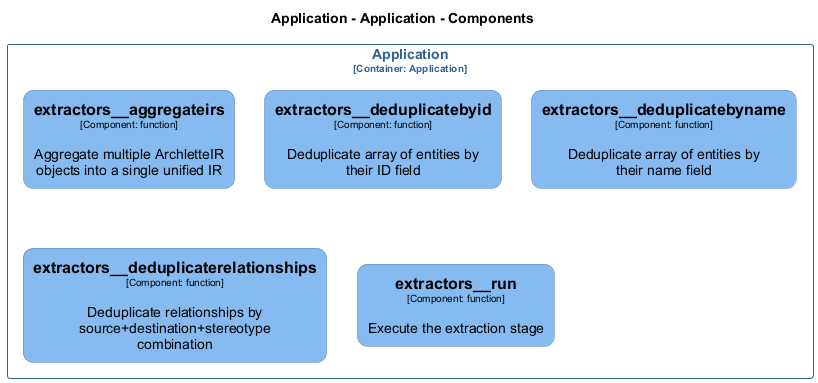
This is src/templates/docs/architecture/diagrams/structurizr-Classes_default_container__extractors.png from chrislyons-dev/archlette, a PlantUML export, as it was before one commit.
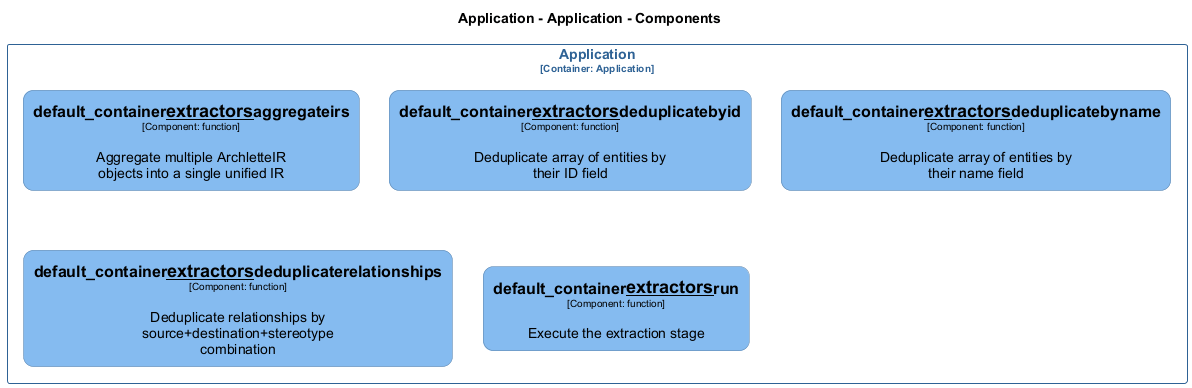
The same diagram one commit later.

Diff of the diagram source:
```diff
@@ -16,35 +16,35 @@
 
 hide stereotype
 
-skinparam rectangle<<Application.Application.extractors__aggregateirs>> {
+skinparam rectangle<<Application.Application.default_container__extractors__aggregateirs>> {
   BackgroundColor #85bbf0
   FontColor #000000
   BorderColor #5d82a8
   roundCorner 20
   shadowing false
 }
-skinparam rectangle<<Application.Application.extractors__deduplicatebyid>> {
+skinparam rectangle<<Application.Application.default_container__extractors__deduplicatebyid>> {
   BackgroundColor #85bbf0
   FontColor #000000
   BorderColor #5d82a8
   roundCorner 20
   shadowing false
 }
-skinparam rectangle<<Application.Application.extractors__deduplicatebyname>> {
+skinparam rectangle<<Application.Application.default_container__extractors__deduplicatebyname>> {
   BackgroundColor #85bbf0
   FontColor #000000
   BorderColor #5d82a8
   roundCorner 20
   shadowing false
 }
-skinparam rectangle<<Application.Application.extractors__deduplicaterelationships>> {
+skinparam rectangle<<Application.Application.default_container__extractors__deduplicaterelationships>> {
   BackgroundColor #85bbf0
   FontColor #000000
   BorderColor #5d82a8
   roundCorner 20
   shadowing false
 }
-skinparam rectangle<<Application.Application.extractors__run>> {
+skinparam rectangle<<Application.Application.default_container__extractors__run>> {
   BackgroundColor #85bbf0
   FontColor #000000
   BorderColor #5d82a8
@@ -58,11 +58,11 @@
 }
 
 rectangle "Application\n<size:10>[Container: Application]</size>" <<Application.Application>> {
-  rectangle "==extractors__aggregateirs\n<size:10>[Component: function]</size>\n\nAggregate multiple ArchletteIR objects into a single unified IR" <<Application.Application.extractors__aggregateirs>> as Application.Application.extractors__aggregateirs
-  rectangle "==extractors__deduplicatebyid\n<size:10>[Component: function]</size>\n\nDeduplicate array of entities by their ID field" <<Application.Application.extractors__deduplicatebyid>> as Application.Application.extractors__deduplicatebyid
-  rectangle "==extractors__deduplicatebyname\n<size:10>[Component: function]</size>\n\nDeduplicate array of entities by their name field" <<Application.Application.extractors__deduplicatebyname>> as Application.Application.extractors__deduplicatebyname
-  rectangle "==extractors__deduplicaterelationships\n<size:10>[Component: function]</size>\n\nDeduplicate relationships by source+destination+stereotype combination" <<Application.Application.extractors__deduplicaterelationships>> as Application.Application.extractors__deduplicaterelationships
-  rectangle "==extractors__run\n<size:10>[Component: function]</size>\n\nExecute the extraction stage" <<Application.Application.extractors__run>> as Application.Application.extractors__run
+  rectangle "==default_container__extractors__aggregateirs\n<size:10>[Component: function]</size>\n\nAggregate multiple ArchletteIR objects into a single unified IR" <<Application.Application.default_container__extractors__aggregateirs>> as Application.Application.default_container__extractors__aggregateirs
+  rectangle "==default_container__extractors__deduplicatebyid\n<size:10>[Component: function]</size>\n\nDeduplicate array of entities by their ID field" <<Application.Application.default_container__extractors__deduplicatebyid>> as Application.Application.default_container__extractors__deduplicatebyid
+  rectangle "==default_container__extractors__deduplicatebyname\n<size:10>[Component: function]</size>\n\nDeduplicate array of entities by their name field" <<Application.Application.default_container__extractors__deduplicatebyname>> as Application.Application.default_container__extractors__deduplicatebyname
+  rectangle "==default_container__extractors__deduplicaterelationships\n<size:10>[Component: function]</size>\n\nDeduplicate relationships by source+destination+stereotype combination" <<Application.Application.default_container__extractors__deduplicaterelationships>> as Application.Application.default_container__extractors__deduplicaterelationships
+  rectangle "==default_container__extractors__run\n<size:10>[Component: function]</size>\n\nExecute the extraction stage" <<Application.Application.default_container__extractors__run>> as Application.Application.default_container__extractors__run
 }
 
 @enduml
```
